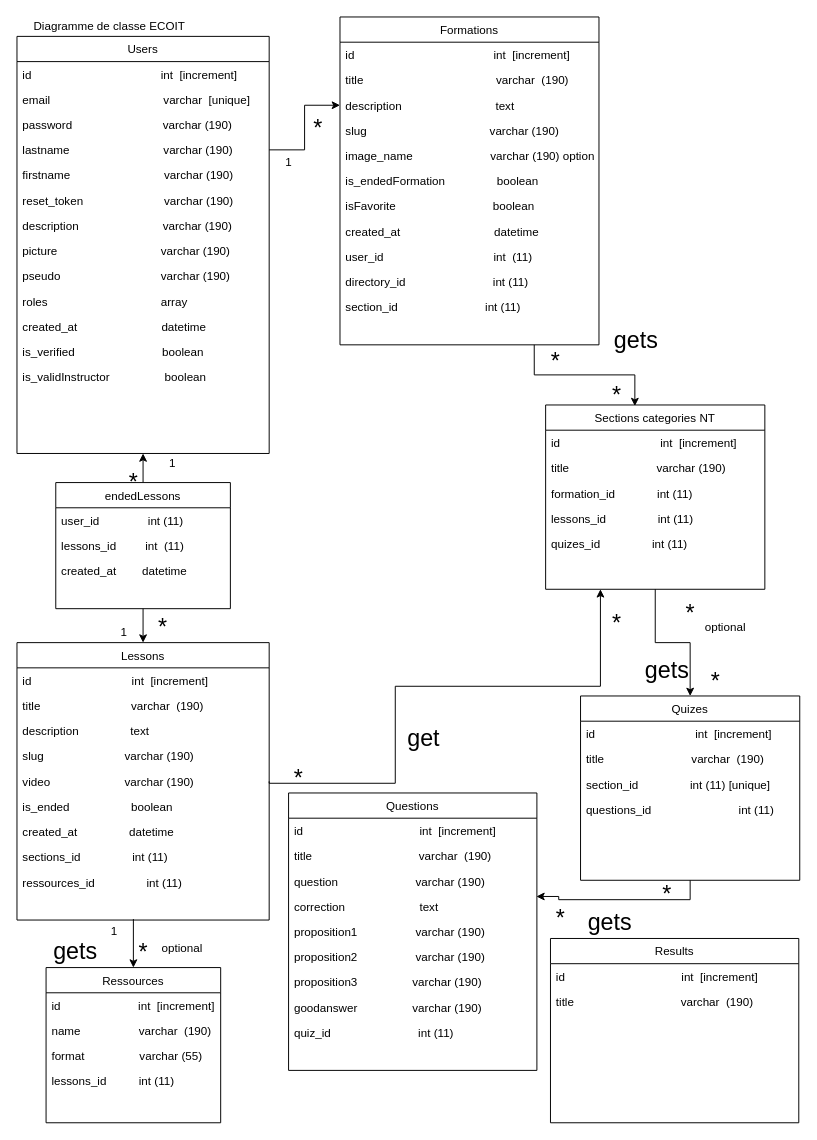
cyrisa02/diagrammes-UML keeps this draw.io diagram as ECO IT/diag_de_classe_ecoit.drawio. Above is the earlier version. Source tidied: cells renumbered, new cells numbered last; positions are measured from the earlier drawing's top-left corner, leaving out a move shared by most shapes. Both pictures are drawn from the tidied source at 97%, with x=0, y=0 at pixel (16, 16).
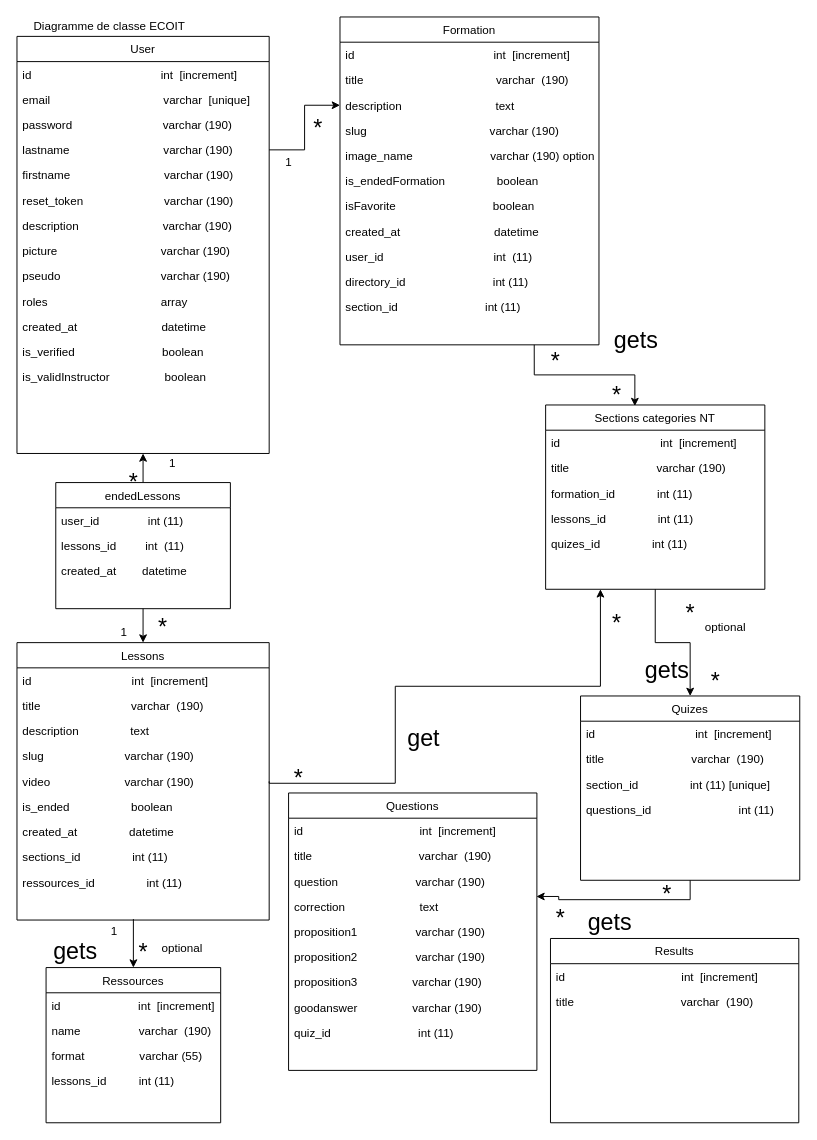
Above is the later version.

Diff of the diagram source:
```diff
@@
-    <mxCell id="2" value="Users" style="swimlane;fontStyle=0;align=center;verticalAlign=top;horizontal=1;startSize=26;rounded=0;shadow=0;strokeWidth=1;" parent="1" vertex="1">
+    <mxCell id="2" value="User" style="swimlane;fontStyle=0;align=center;verticalAlign=top;horizontal=1;startSize=26;rounded=0;shadow=0;strokeWidth=1;" parent="1" vertex="1">
       <mxGeometry y="20" width="260" height="430" as="geometry" />
     </mxCell>
@@
-    <mxCell id="17" value="Formations" style="swimlane;fontStyle=0;align=center;verticalAlign=top;horizontal=1;startSize=26;rounded=0;shadow=0;strokeWidth=1;" parent="1" vertex="1">
+    <mxCell id="17" value="Formation" style="swimlane;fontStyle=0;align=center;verticalAlign=top;horizontal=1;startSize=26;rounded=0;shadow=0;strokeWidth=1;" parent="1" vertex="1">
       <mxGeometry x="333" width="267" height="338" as="geometry" />
     </mxCell>
```
